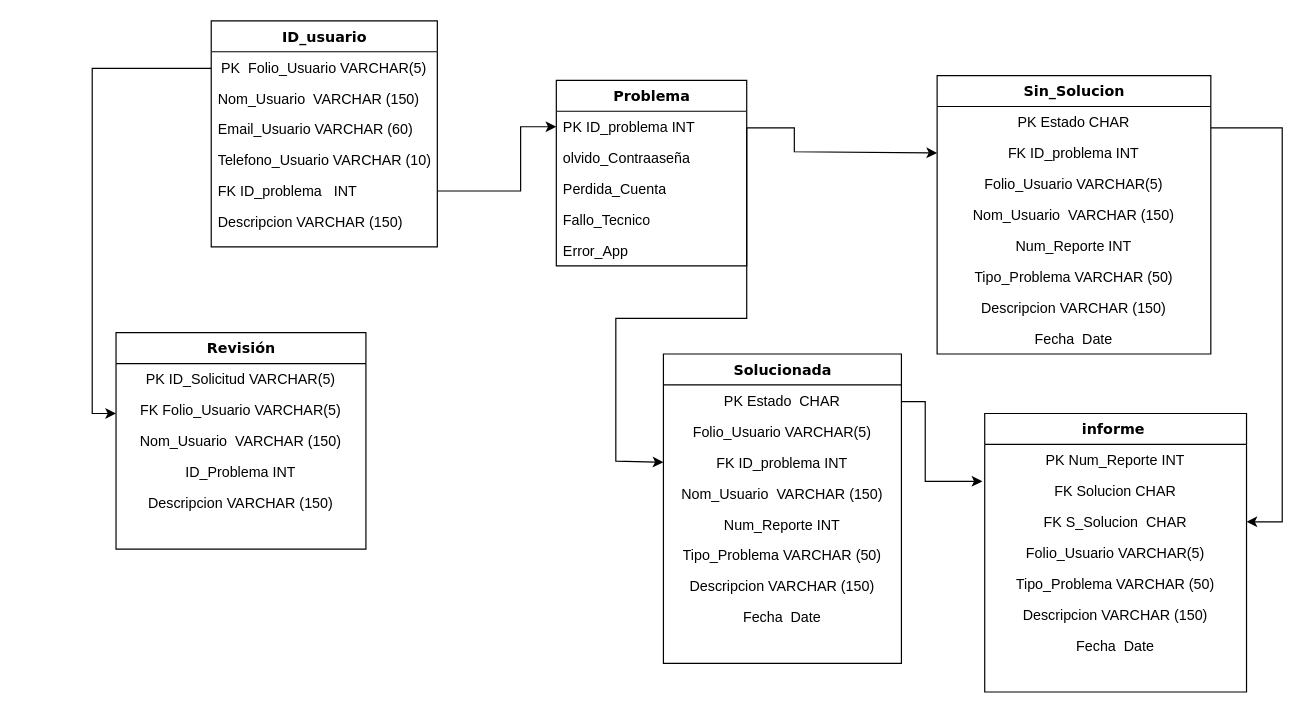
201710223/AtencionAlUsuario keeps this draw.io diagram as Modelo de Base de datos.drawio. Above is the earlier version. Source tidied: cells renumbered, new cells numbered last; positions are measured from the earlier drawing's top-left corner, leaving out a move shared by most shapes. Both pictures are drawn from the tidied source at 119%, with x=0, y=0 at pixel (92, 20).
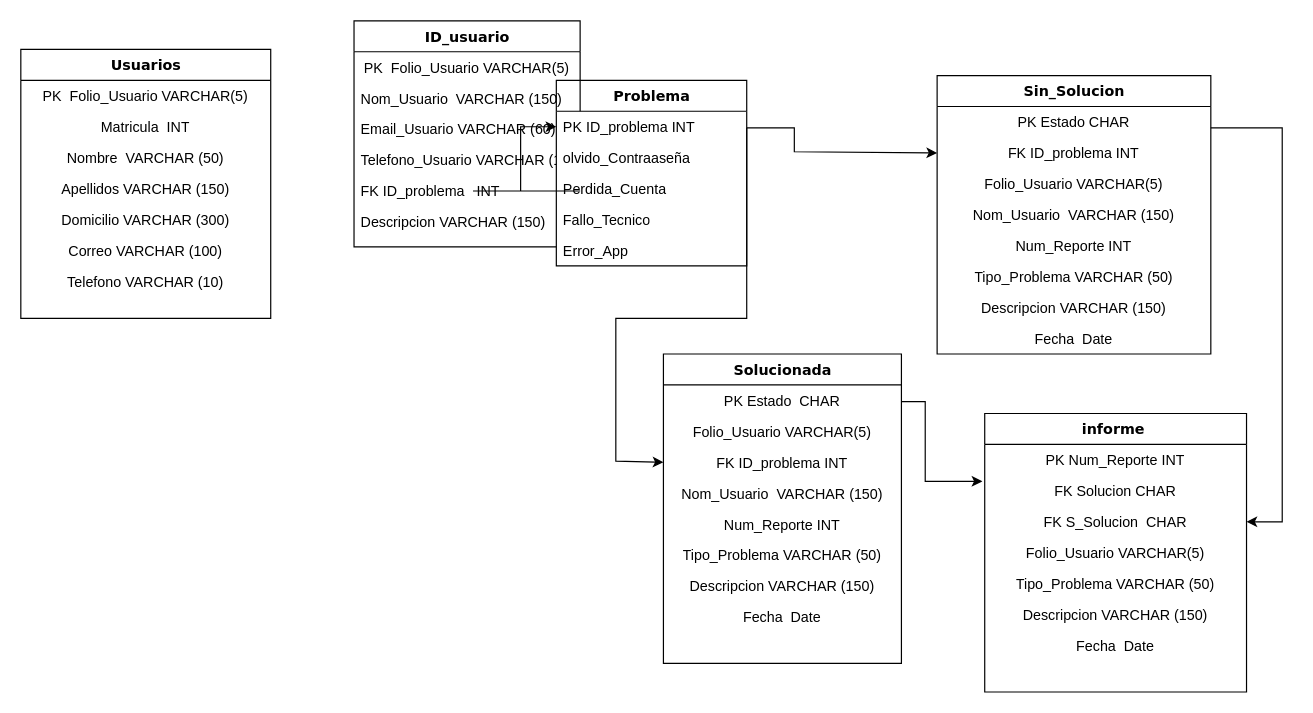
After the change.

What changed in the source:
```diff
@@
-    <mxCell id="2" style="edgeStyle=orthogonalEdgeStyle;rounded=0;jettySize=auto;html=1;" parent="1" edge="1" source="3">
-      <mxGeometry relative="1" as="geometry">
-        <mxPoint x="20" y="330" as="targetPoint" />
-        <Array as="points">
-          <mxPoint y="40" />
-          <mxPoint y="330" />
-        </Array>
-      </mxGeometry>
-    </mxCell>
     <mxCell id="3" value="ID_usuario" style="swimlane;html=1;fontStyle=1;align=center;verticalAlign=top;horizontal=1;startSize=26;swimlaneFillColor=#ffffff;rounded=0;shadow=0;comic=0;labelBackgroundColor=none;strokeWidth=1;fillColor=none;fontFamily=Verdana;fontSize=12;" parent="1" vertex="1">
-      <mxGeometry x="100" width="190" height="190" as="geometry" />
+      <mxGeometry x="220" width="190" height="190" as="geometry" />
     </mxCell>
@@
-    <mxCell id="10" value="Revisión" style="swimlane;html=1;fontStyle=1;align=center;verticalAlign=top;horizontal=1;startSize=26;swimlaneFillColor=#ffffff;rounded=0;shadow=0;comic=0;labelBackgroundColor=none;strokeWidth=1;fillColor=none;fontFamily=Verdana;fontSize=12;" parent="1" vertex="1">
-      <mxGeometry x="20" y="262" width="210" height="182" as="geometry" />
+    <mxCell id="10" value="Usuarios" style="swimlane;html=1;fontStyle=1;align=center;verticalAlign=top;horizontal=1;startSize=26;swimlaneFillColor=#ffffff;rounded=0;shadow=0;comic=0;labelBackgroundColor=none;strokeWidth=1;fillColor=none;fontFamily=Verdana;fontSize=12;" parent="1" vertex="1">
+      <mxGeometry x="-60" y="24" width="210" height="226" as="geometry" />
     </mxCell>
-    <mxCell id="11" value="PK&lt;span style=&quot;&quot;&gt; &lt;/span&gt;ID_Solicitud&lt;span style=&quot;&quot;&gt; &lt;/span&gt;&lt;span style=&quot;&quot;&gt;VARCHAR(5)&lt;/span&gt;" style="text;html=1;strokeColor=none;fillColor=none;align=center;verticalAlign=top;spacingLeft=4;spacingRight=4;whiteSpace=wrap;overflow=hidden;" parent="10" vertex="1">
-      <mxGeometry y="26" width="210" height="26" as="geometry" />
-    </mxCell>
+    <mxCell id="53" value="&lt;div style=&quot;&quot;&gt;&lt;span style=&quot;background-color: initial;&quot;&gt;PK &lt;span style=&quot;white-space: pre;&quot;&gt; &lt;/span&gt;Folio_Usuario&lt;/span&gt;&lt;span style=&quot;background-color: initial; white-space: pre;&quot;&gt; VARCHAR(5)&lt;/span&gt;&lt;/div&gt;" style="text;html=1;strokeColor=none;fillColor=none;align=center;verticalAlign=top;spacingLeft=4;spacingRight=4;whiteSpace=wrap;overflow=hidden;" parent="10" vertex="1">
+      <mxGeometry y="26" width="210" height="26" as="geometry" />
+    </mxCell>
-    <mxCell id="12" value="&lt;div style=&quot;&quot;&gt;&lt;span style=&quot;background-color: initial;&quot;&gt;FK&lt;span style=&quot;white-space: pre;&quot;&gt; &lt;/span&gt;Folio_Usuario&lt;/span&gt;&lt;span style=&quot;background-color: initial; white-space: pre;&quot;&gt; VARCHAR(5)&lt;/span&gt;&lt;/div&gt;" style="text;html=1;strokeColor=none;fillColor=none;align=center;verticalAlign=top;spacingLeft=4;spacingRight=4;whiteSpace=wrap;overflow=hidden;" parent="10" vertex="1">
+    <mxCell id="12" value="&lt;div style=&quot;&quot;&gt;&lt;span style=&quot;background-color: initial;&quot;&gt;Matricula&lt;span style=&quot;white-space: pre;&quot;&gt;&amp;nbsp;&lt;span style=&quot;white-space: pre;&quot;&gt; &lt;/span&gt;INT&lt;/span&gt;&lt;/span&gt;&lt;/div&gt;" style="text;html=1;strokeColor=none;fillColor=none;align=center;verticalAlign=top;spacingLeft=4;spacingRight=4;whiteSpace=wrap;overflow=hidden;" parent="10" vertex="1">
       <mxGeometry y="52" width="210" height="26" as="geometry" />
     </mxCell>
-    <mxCell id="13" value="Nom_Usuario&amp;nbsp; VARCHAR (150)" style="text;html=1;strokeColor=none;fillColor=none;align=center;verticalAlign=top;spacingLeft=4;spacingRight=4;whiteSpace=wrap;overflow=hidden;" parent="10" vertex="1">
+    <mxCell id="13" value="Nombre&amp;nbsp; VARCHAR (50)" style="text;html=1;strokeColor=none;fillColor=none;align=center;verticalAlign=top;spacingLeft=4;spacingRight=4;whiteSpace=wrap;overflow=hidden;" parent="10" vertex="1">
       <mxGeometry y="78" width="210" height="26" as="geometry" />
     </mxCell>
+    <mxCell id="15" value="Apellidos VARCHAR (150)" style="text;html=1;strokeColor=none;fillColor=none;align=center;verticalAlign=top;spacingLeft=4;spacingRight=4;whiteSpace=wrap;overflow=hidden;" parent="10" vertex="1">
+      <mxGeometry y="104" width="210" height="26" as="geometry" />
+    </mxCell>
-    <mxCell id="14" value="ID_Problema INT" style="text;html=1;strokeColor=none;fillColor=none;align=center;verticalAlign=top;spacingLeft=4;spacingRight=4;whiteSpace=wrap;overflow=hidden;" parent="10" vertex="1">
-      <mxGeometry y="104" width="210" height="26" as="geometry" />
+    <mxCell id="14" value="Domicilio&lt;span style=&quot;&quot;&gt; &lt;/span&gt;VARCHAR (300)" style="text;html=1;strokeColor=none;fillColor=none;align=center;verticalAlign=top;spacingLeft=4;spacingRight=4;whiteSpace=wrap;overflow=hidden;" parent="10" vertex="1">
+      <mxGeometry y="130" width="210" height="26" as="geometry" />
     </mxCell>
-    <mxCell id="15" value="Descripcion&lt;span style=&quot;&quot;&gt; &lt;/span&gt;VARCHAR (150)" style="text;html=1;strokeColor=none;fillColor=none;align=center;verticalAlign=top;spacingLeft=4;spacingRight=4;whiteSpace=wrap;overflow=hidden;" parent="10" vertex="1">
-      <mxGeometry y="130" width="210" height="26" as="geometry" />
-    </mxCell>
+    <mxCell id="54" value="Correo VARCHAR (100)" style="text;html=1;strokeColor=none;fillColor=none;align=center;verticalAlign=top;spacingLeft=4;spacingRight=4;whiteSpace=wrap;overflow=hidden;" parent="10" vertex="1">
+      <mxGeometry y="156" width="210" height="26" as="geometry" />
+    </mxCell>
+    <mxCell id="55" value="Telefono VARCHAR (10)" style="text;html=1;strokeColor=none;fillColor=none;align=center;verticalAlign=top;spacingLeft=4;spacingRight=4;whiteSpace=wrap;overflow=hidden;" parent="10" vertex="1">
+      <mxGeometry y="182" width="210" height="26" as="geometry" />
+    </mxCell>
```
